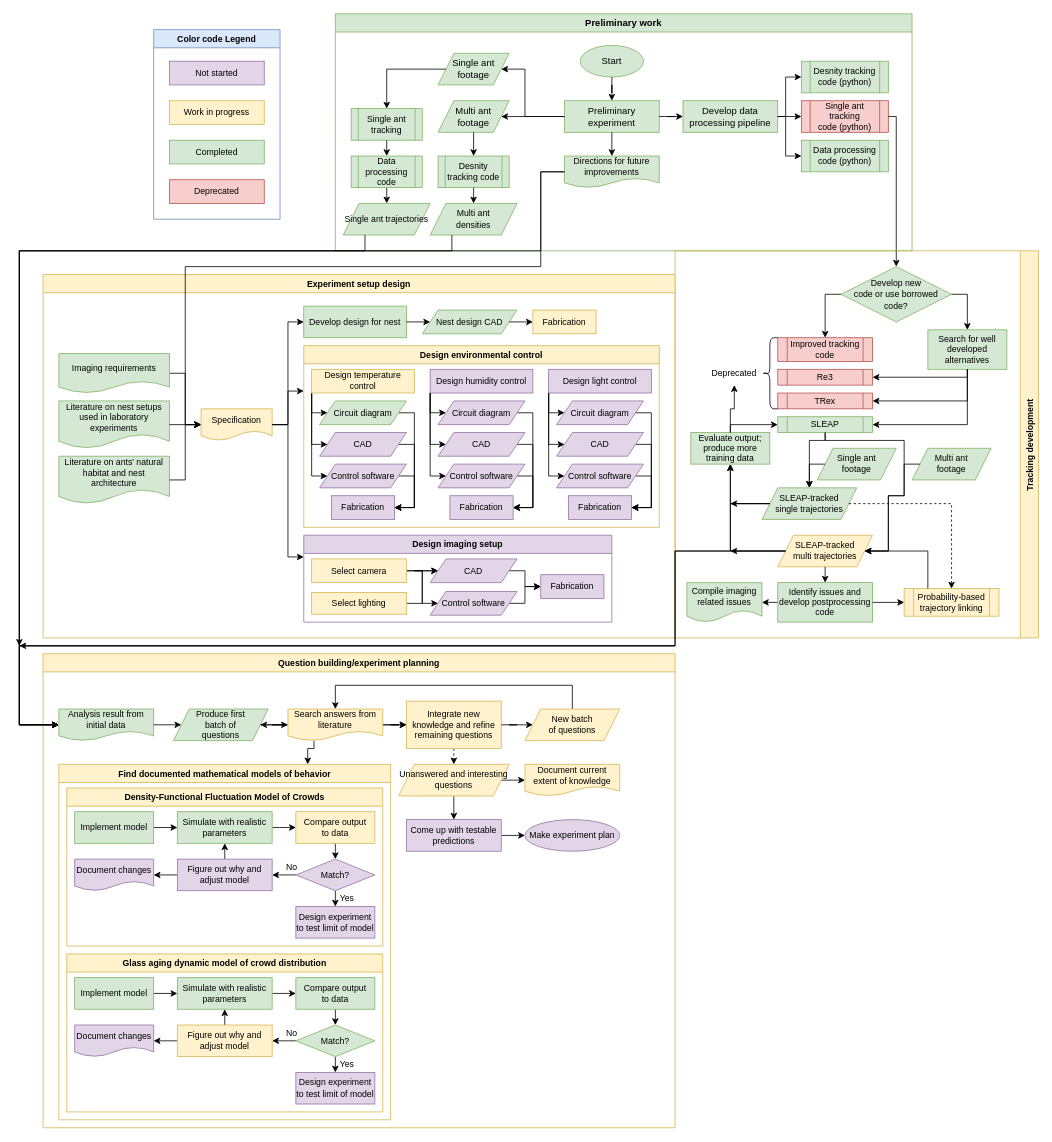
This is research/Progress.drawio from MangledPotat0/diagramsRoot, a draw.io file, before an edit. Source tidied: cells renumbered, new cells numbered last; positions are measured from the earlier drawing's top-left corner, leaving out a move shared by most shapes. Both pictures are drawn from the tidied source at 79%, with x=0, y=0 at pixel (19, 13).
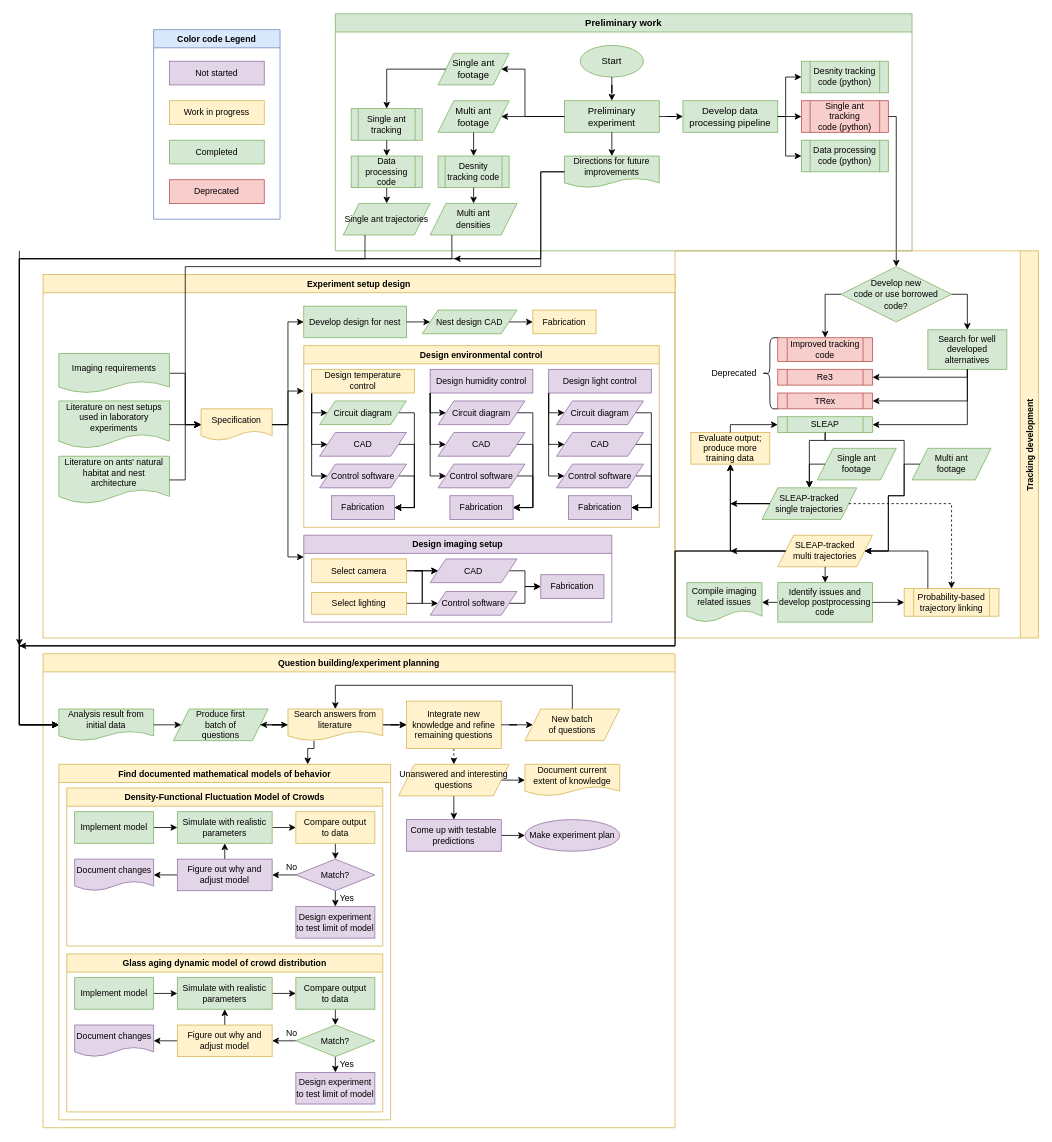
After the change.

Unchanged cells that the change refers to:
```xml
<mxCell id="15" value="Directions for future improvements" style="shape=document;whiteSpace=wrap;html=1;boundedLbl=1;fontSize=11;fillColor=#d5e8d4;strokeColor=#82b366;" parent="2" vertex="1">
  <mxGeometry x="290" y="180" width="120" height="40" as="geometry" />
</mxCell>
<mxCell id="27" value="&lt;div&gt;Multi ant &lt;br&gt;&lt;/div&gt;&lt;div&gt;densities&lt;/div&gt;" style="shape=parallelogram;perimeter=parallelogramPerimeter;whiteSpace=wrap;html=1;fixedSize=1;fontSize=11;fillColor=#d5e8d4;strokeColor=#82b366;" parent="2" vertex="1">
  <mxGeometry x="120" y="240" width="110" height="40" as="geometry" />
</mxCell>
<mxCell id="29" value="&lt;div&gt;Single ant trajectories&lt;/div&gt;" style="shape=parallelogram;perimeter=parallelogramPerimeter;whiteSpace=wrap;html=1;fixedSize=1;fontSize=11;fillColor=#d5e8d4;strokeColor=#82b366;" parent="2" vertex="1">
  <mxGeometry x="10" y="240" width="110" height="40" as="geometry" />
</mxCell>
<mxCell id="31" value="Tracking development" style="swimlane;horizontal=0;fontSize=11;direction=west;fillColor=#fff2cc;strokeColor=#d6b656;" parent="1" vertex="1">
  <mxGeometry x="830" y="300" width="460" height="490" as="geometry" />
</mxCell>
<mxCell id="43" value="Deprecated" style="text;html=1;strokeColor=none;fillColor=none;align=center;verticalAlign=middle;whiteSpace=wrap;rounded=0;fontSize=11;" parent="31" vertex="1">
  <mxGeometry x="40" y="140" width="70" height="30" as="geometry" />
</mxCell>
<mxCell id="143" value="Analysis result from initial data" style="shape=document;whiteSpace=wrap;html=1;boundedLbl=1;fontSize=11;fillColor=#d5e8d4;strokeColor=#82b366;" parent="133" vertex="1">
  <mxGeometry x="20" y="70" width="120" height="40" as="geometry" />
</mxCell>
```

What changed in the source:
```diff
@@
-    <mxCell id="41" value="Evaluate output; produce more training data" style="rounded=0;whiteSpace=wrap;html=1;fontSize=11;fillColor=#d5e8d4;strokeColor=#82b366;" parent="31" vertex="1">
+    <mxCell id="41" value="Evaluate output; produce more training data" style="rounded=0;whiteSpace=wrap;html=1;fontSize=11;fillColor=#fff2cc;strokeColor=#d6b656;" parent="31" vertex="1">
       <mxGeometry x="20" y="230" width="100" height="40" as="geometry" />
     </mxCell>
@@
-    <mxCell id="44" style="edgeStyle=orthogonalEdgeStyle;rounded=0;jettySize=auto;html=1;fontSize=11;" parent="31" edge="1" source="41" target="43">
-      <mxGeometry relative="1" as="geometry" />
-    </mxCell>
@@
     <mxCell id="190" style="edgeStyle=orthogonalEdgeStyle;rounded=0;jettySize=auto;html=1;exitX=0.25;exitY=1;exitDx=0;exitDy=0;entryX=0;entryY=0.5;entryDx=0;entryDy=0;fontSize=11;" parent="1" edge="1" source="29" target="143">
       <mxGeometry relative="1" as="geometry">
         <Array as="points">
-          <mxPoint x="438" y="300" />
-          <mxPoint y="300" />
+          <mxPoint x="438" y="310" />
+          <mxPoint y="310" />
           <mxPoint y="900" />
         </Array>
       </mxGeometry>
     </mxCell>
     <mxCell id="191" style="edgeStyle=orthogonalEdgeStyle;rounded=0;jettySize=auto;html=1;exitX=0.25;exitY=1;exitDx=0;exitDy=0;fontSize=11;entryX=0;entryY=0.5;entryDx=0;entryDy=0;" parent="1" edge="1" source="27" target="143">
       <mxGeometry relative="1" as="geometry">
         <Array as="points">
-          <mxPoint x="548" y="300" />
-          <mxPoint y="300" />
+          <mxPoint x="548" y="310" />
+          <mxPoint y="310" />
           <mxPoint y="900" />
         </Array>
       </mxGeometry>
     </mxCell>
     <mxCell id="192" style="edgeStyle=orthogonalEdgeStyle;rounded=0;jettySize=auto;html=1;exitX=0;exitY=0.5;exitDx=0;exitDy=0;fontSize=11;entryX=0;entryY=0.5;entryDx=0;entryDy=0;" parent="1" edge="1" source="15" target="143">
       <mxGeometry relative="1" as="geometry">
         <Array as="points">
           <mxPoint x="660" y="200" />
-          <mxPoint x="660" y="300" />
-          <mxPoint y="300" />
+          <mxPoint x="660" y="310" />
+          <mxPoint y="310" />
           <mxPoint y="900" />
         </Array>
       </mxGeometry>
     </mxCell>
@@
+    <mxCell id="199" style="endArrow=classic;html=1;rounded=0;fontSize=11;" parent="1" edge="1">
+      <mxGeometry relative="1" as="geometry">
+        <mxPoint x="660" y="310" as="sourcePoint" />
+        <mxPoint x="550" y="310" as="targetPoint" />
+      </mxGeometry>
+    </mxCell>
```
